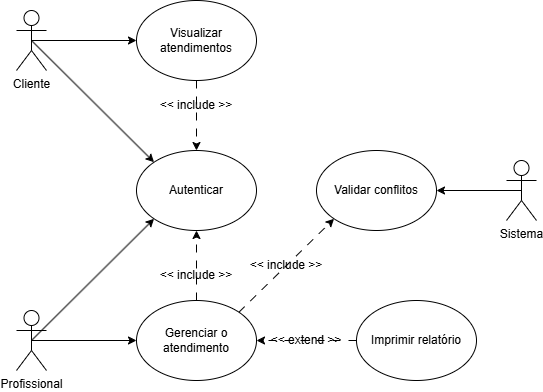
The draw.io diagram Barbearia - Casos de Uso (28_04).drawio.png in IsaacIuriO/barber-digital, before a commit. Source tidied: cells renumbered, new cells last; positions are measured from the earlier drawing's top-left corner, leaving out a move shared by most shapes. Its diagram source:
```xml
<mxGraphModel>
  <root>
    <mxCell id="0" />
    <mxCell id="1" parent="0" />
    <mxCell id="2" value="Cliente" style="shape=umlActor;verticalLabelPosition=bottom;verticalAlign=top;html=1;outlineConnect=0;" parent="1" vertex="1">
      <mxGeometry y="10" width="30" height="60" as="geometry" />
    </mxCell>
    <mxCell id="3" value="Autenticar" style="ellipse;whiteSpace=wrap;html=1;" parent="1" vertex="1">
      <mxGeometry x="120" y="150" width="120" height="80" as="geometry" />
    </mxCell>
    <mxCell id="4" style="endArrow=classic;html=1;rounded=0;exitX=0.5;exitY=0.5;exitDx=0;exitDy=0;exitPerimeter=0;entryX=0;entryY=0;entryDx=0;entryDy=0;" parent="1" edge="1" source="2" target="3">
      <mxGeometry relative="1" as="geometry" />
    </mxCell>
    <mxCell id="5" value="Profissional" style="shape=umlActor;verticalLabelPosition=bottom;verticalAlign=top;html=1;outlineConnect=0;" parent="1" vertex="1">
      <mxGeometry y="310" width="30" height="60" as="geometry" />
    </mxCell>
    <mxCell id="6" style="edgeStyle=orthogonalEdgeStyle;rounded=0;jettySize=auto;html=1;exitX=0.5;exitY=0;exitDx=0;exitDy=0;entryX=0.5;entryY=1;entryDx=0;entryDy=0;dashed=1;dashPattern=8 8;" parent="1" edge="1" source="7" target="3">
      <mxGeometry relative="1" as="geometry" />
    </mxCell>
    <mxCell id="7" value="Gerenciar o atendimento" style="ellipse;whiteSpace=wrap;html=1;" parent="1" vertex="1">
      <mxGeometry x="120" y="300" width="120" height="80" as="geometry" />
    </mxCell>
    <mxCell id="8" value="Visualizar atendimentos" style="ellipse;whiteSpace=wrap;html=1;" parent="1" vertex="1">
      <mxGeometry x="120" width="120" height="80" as="geometry" />
    </mxCell>
    <mxCell id="9" style="endArrow=classic;html=1;rounded=0;entryX=0;entryY=1;entryDx=0;entryDy=0;exitX=0.5;exitY=0.5;exitDx=0;exitDy=0;exitPerimeter=0;" parent="1" edge="1" source="5" target="3">
      <mxGeometry relative="1" as="geometry" />
    </mxCell>
    <mxCell id="10" value="&amp;lt;&amp;lt; include &amp;gt;&amp;gt;" style="text;html=1;whiteSpace=wrap;strokeColor=none;fillColor=none;align=center;verticalAlign=middle;rounded=0;" parent="1" vertex="1">
      <mxGeometry x="130" y="260" width="100" height="30" as="geometry" />
    </mxCell>
    <mxCell id="11" value="Imprimir relatório" style="ellipse;whiteSpace=wrap;html=1;" parent="1" vertex="1">
      <mxGeometry x="340" y="300" width="120" height="80" as="geometry" />
    </mxCell>
    <mxCell id="12" style="endArrow=classic;html=1;rounded=0;exitX=0.5;exitY=0.5;exitDx=0;exitDy=0;exitPerimeter=0;entryX=0;entryY=0.5;entryDx=0;entryDy=0;" parent="1" edge="1" source="2" target="8">
      <mxGeometry relative="1" as="geometry" />
    </mxCell>
    <mxCell id="13" style="endArrow=classic;html=1;rounded=0;exitX=0.5;exitY=1;exitDx=0;exitDy=0;dashed=1;dashPattern=8 8;entryX=0.5;entryY=0;entryDx=0;entryDy=0;" parent="1" edge="1" source="8" target="3">
      <mxGeometry relative="1" as="geometry" />
    </mxCell>
    <mxCell id="14" value="&amp;lt;&amp;lt; include &amp;gt;&amp;gt;" style="text;html=1;whiteSpace=wrap;strokeColor=none;fillColor=none;align=center;verticalAlign=middle;rounded=0;" parent="1" vertex="1">
      <mxGeometry x="130" y="90" width="100" height="30" as="geometry" />
    </mxCell>
    <mxCell id="15" style="endArrow=classic;html=1;rounded=0;entryX=0;entryY=0.5;entryDx=0;entryDy=0;exitX=0.5;exitY=0.5;exitDx=0;exitDy=0;exitPerimeter=0;" parent="1" edge="1" source="5" target="7">
      <mxGeometry relative="1" as="geometry" />
    </mxCell>
    <mxCell id="16" style="endArrow=classic;html=1;rounded=0;exitX=0;exitY=0.5;exitDx=0;exitDy=0;dashed=1;dashPattern=8 8;entryX=1;entryY=0.5;entryDx=0;entryDy=0;" parent="1" edge="1" source="11" target="7">
      <mxGeometry relative="1" as="geometry" />
    </mxCell>
    <mxCell id="17" value="&amp;lt;&amp;lt; extend&amp;nbsp;&lt;span style=&quot;background-color: transparent; color: light-dark(rgb(0, 0, 0), rgb(255, 255, 255));&quot;&gt;&amp;gt;&amp;gt;&lt;/span&gt;" style="text;html=1;whiteSpace=wrap;strokeColor=none;fillColor=none;align=center;verticalAlign=middle;rounded=0;" parent="1" vertex="1">
      <mxGeometry x="240" y="325" width="100" height="30" as="geometry" />
    </mxCell>
    <mxCell id="18" value="Sistema" style="shape=umlActor;verticalLabelPosition=bottom;verticalAlign=top;html=1;outlineConnect=0;" parent="1" vertex="1">
      <mxGeometry x="490" y="160" width="30" height="60" as="geometry" />
    </mxCell>
    <mxCell id="19" value="Validar conflitos" style="ellipse;whiteSpace=wrap;html=1;" parent="1" vertex="1">
      <mxGeometry x="300" y="150" width="120" height="80" as="geometry" />
    </mxCell>
    <mxCell id="20" style="endArrow=classic;html=1;rounded=0;entryX=1;entryY=0.5;entryDx=0;entryDy=0;exitX=0.5;exitY=0.5;exitDx=0;exitDy=0;exitPerimeter=0;" parent="1" edge="1" source="18" target="19">
      <mxGeometry relative="1" as="geometry" />
    </mxCell>
    <mxCell id="21" style="endArrow=classic;html=1;rounded=0;exitX=1;exitY=0;exitDx=0;exitDy=0;dashed=1;dashPattern=8 8;entryX=0;entryY=1;entryDx=0;entryDy=0;" parent="1" edge="1" source="7" target="19">
      <mxGeometry relative="1" as="geometry" />
    </mxCell>
    <mxCell id="22" value="&amp;lt;&amp;lt; include &amp;gt;&amp;gt;" style="text;html=1;whiteSpace=wrap;strokeColor=none;fillColor=none;align=center;verticalAlign=middle;rounded=0;" parent="1" vertex="1">
      <mxGeometry x="220" y="250" width="100" height="30" as="geometry" />
    </mxCell>
  </root>
</mxGraphModel>
```
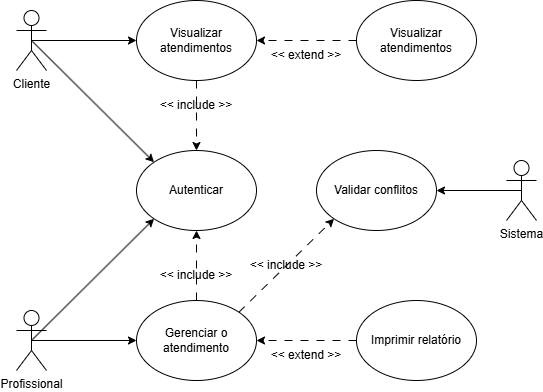
After the change.

Commit message:
Projeto: Configuração2

Change to the diagram source:
```diff
@@ -48,7 +48,7 @@
       <mxGeometry relative="1" as="geometry" />
     </mxCell>
     <mxCell id="17" value="&amp;lt;&amp;lt; extend&amp;nbsp;&lt;span style=&quot;background-color: transparent; color: light-dark(rgb(0, 0, 0), rgb(255, 255, 255));&quot;&gt;&amp;gt;&amp;gt;&lt;/span&gt;" style="text;html=1;whiteSpace=wrap;strokeColor=none;fillColor=none;align=center;verticalAlign=middle;rounded=0;" parent="1" vertex="1">
-      <mxGeometry x="240" y="325" width="100" height="30" as="geometry" />
+      <mxGeometry x="240" y="340" width="100" height="30" as="geometry" />
     </mxCell>
     <mxCell id="18" value="Sistema" style="shape=umlActor;verticalLabelPosition=bottom;verticalAlign=top;html=1;outlineConnect=0;" parent="1" vertex="1">
       <mxGeometry x="490" y="160" width="30" height="60" as="geometry" />
@@ -65,5 +65,14 @@
     <mxCell id="22" value="&amp;lt;&amp;lt; include &amp;gt;&amp;gt;" style="text;html=1;whiteSpace=wrap;strokeColor=none;fillColor=none;align=center;verticalAlign=middle;rounded=0;" parent="1" vertex="1">
       <mxGeometry x="220" y="250" width="100" height="30" as="geometry" />
     </mxCell>
+    <mxCell id="23" value="Visualizar atendimentos" style="ellipse;whiteSpace=wrap;html=1;" parent="1" vertex="1">
+      <mxGeometry x="340" width="120" height="80" as="geometry" />
+    </mxCell>
+    <mxCell id="24" value="&amp;lt;&amp;lt; extend&amp;nbsp;&lt;span style=&quot;background-color: transparent; color: light-dark(rgb(0, 0, 0), rgb(255, 255, 255));&quot;&gt;&amp;gt;&amp;gt;&lt;/span&gt;" style="text;html=1;whiteSpace=wrap;strokeColor=none;fillColor=none;align=center;verticalAlign=middle;rounded=0;" parent="1" vertex="1">
+      <mxGeometry x="240" y="40" width="100" height="30" as="geometry" />
+    </mxCell>
+    <mxCell id="25" style="endArrow=classic;html=1;rounded=0;exitX=0;exitY=0.5;exitDx=0;exitDy=0;dashed=1;dashPattern=8 8;entryX=1;entryY=0.5;entryDx=0;entryDy=0;" parent="1" edge="1" source="23" target="8">
+      <mxGeometry relative="1" as="geometry" />
+    </mxCell>
   </root>
 </mxGraphModel>
```
